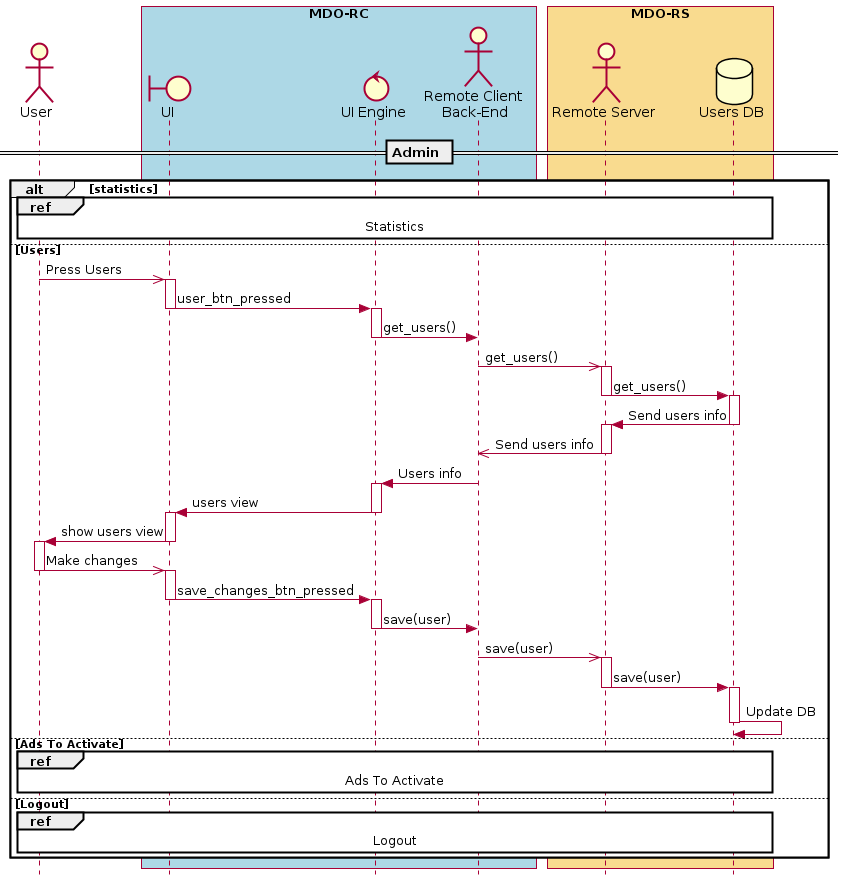
The PlantUML diagram Proj/diags/plantuml/seq-diag/output/seq-rc-admin-users.png in ElectroQuanta/MDO, before a commit. Source of this version:
```plantuml
@startuml
skinparam style strictuml
hide footbox


actor User
box "MDO-RC" #LightBlue
boundary "UI" as UI
control "UI Engine" as UIE
actor "Remote Client \nBack-End" as RC
endbox
box "MDO-RS" #f9db8f
actor "Remote Server" as RS
database "Users DB" as UserDB
endbox

== Admin ==
alt statistics
 ref over User, UI, UIE, RC, RS, UserDB : Statistics
else Users
 User ->> UI : Press Users
 deactivate User
 activate UI
 UI -> UIE : user_btn_pressed
 deactivate UI
 activate UIE
 UIE -> RC : get_users()
 deactivate UIE
 RC ->> RS : get_users()
 activate RS
 RS -> UserDB : get_users()
 deactivate RS
 activate UserDB
 UserDB -> RS : Send users info
 deactivate UserDB
 activate RS
 RS ->> RC : Send users info
 deactivate RS
 RC -> UIE : Users info
 activate UIE
 UIE -> UI : users view
 deactivate UIE
 activate UI
 UI -> User : show users view
 deactivate UI
 activate User
 User ->> UI : Make changes
 deactivate User
 activate UI
 UI -> UIE : save_changes_btn_pressed
 deactivate UI
 activate UIE
 UIE -> RC : save(user)
 deactivate UIE
 RC ->> RS : save(user)
 activate RS
 RS -> UserDB : save(user)
 deactivate RS
 activate UserDB
 UserDB -> UserDB : Update DB
 deactivate UserDB
else Ads To Activate
 ref over User, UI, UIE, RC, RS, UserDB : Ads To Activate
else Logout
ref over User, UI, UIE, RC, RS, UserDB : Logout
end
deactivate User
activate UI
deactivate UI
activate UIE
@enduml
```
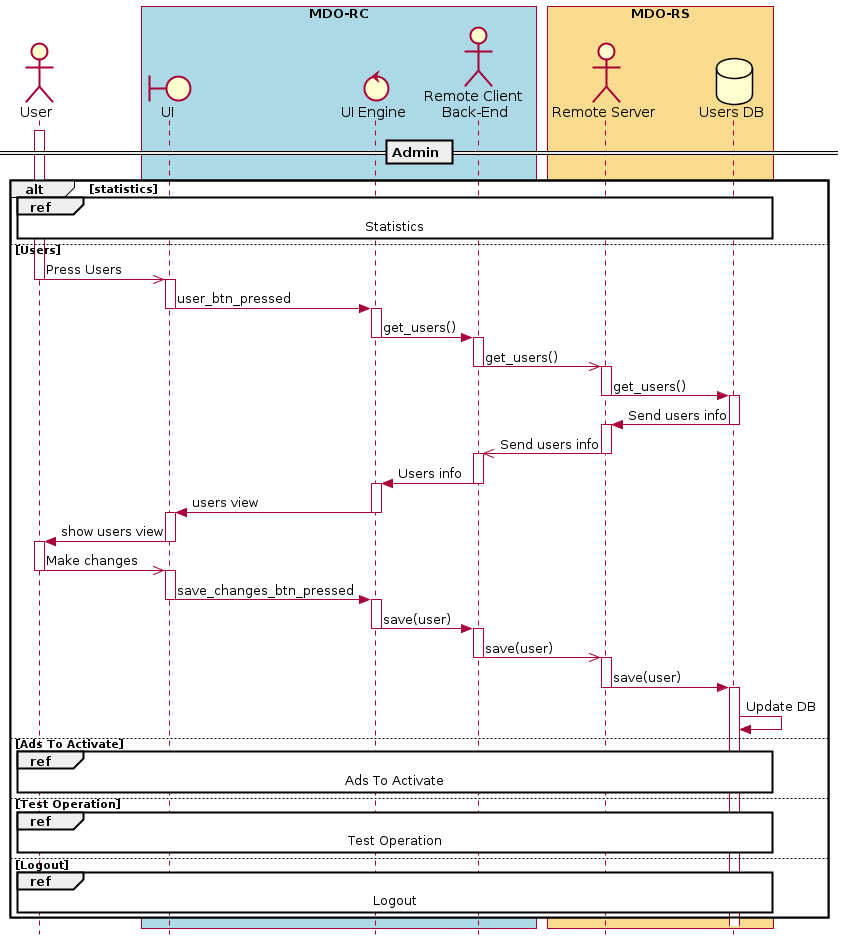
Above is the later version.

The edit, as a diff of the source:
```diff
@@ -18,6 +18,7 @@
 alt statistics
  ref over User, UI, UIE, RC, RS, UserDB : Statistics
 else Users
+ activate User
  User ->> UI : Press Users
  deactivate User
  activate UI
@@ -26,7 +27,9 @@
  activate UIE
  UIE -> RC : get_users()
  deactivate UIE
+ activate RC
  RC ->> RS : get_users()
+ deactivate RC
  activate RS
  RS -> UserDB : get_users()
  deactivate RS
@@ -36,7 +39,9 @@
  activate RS
  RS ->> RC : Send users info
  deactivate RS
+ activate RC
  RC -> UIE : Users info
+ deactivate RC
  activate UIE
  UIE -> UI : users view
  deactivate UIE
@@ -52,17 +57,20 @@
  activate UIE
  UIE -> RC : save(user)
  deactivate UIE
+ activate RC
  RC ->> RS : save(user)
+ deactivate RC
  activate RS
  RS -> UserDB : save(user)
  deactivate RS
  activate UserDB
  UserDB -> UserDB : Update DB
- deactivate UserDB
 else Ads To Activate
  ref over User, UI, UIE, RC, RS, UserDB : Ads To Activate
+else Test Operation
+ ref over User, UI, UIE, RC, RS, UserDB : Test Operation
 else Logout
-ref over User, UI, UIE, RC, RS, UserDB : Logout
+ ref over User, UI, UIE, RC, RS, UserDB : Logout
 end
 deactivate User
 activate UI
```
